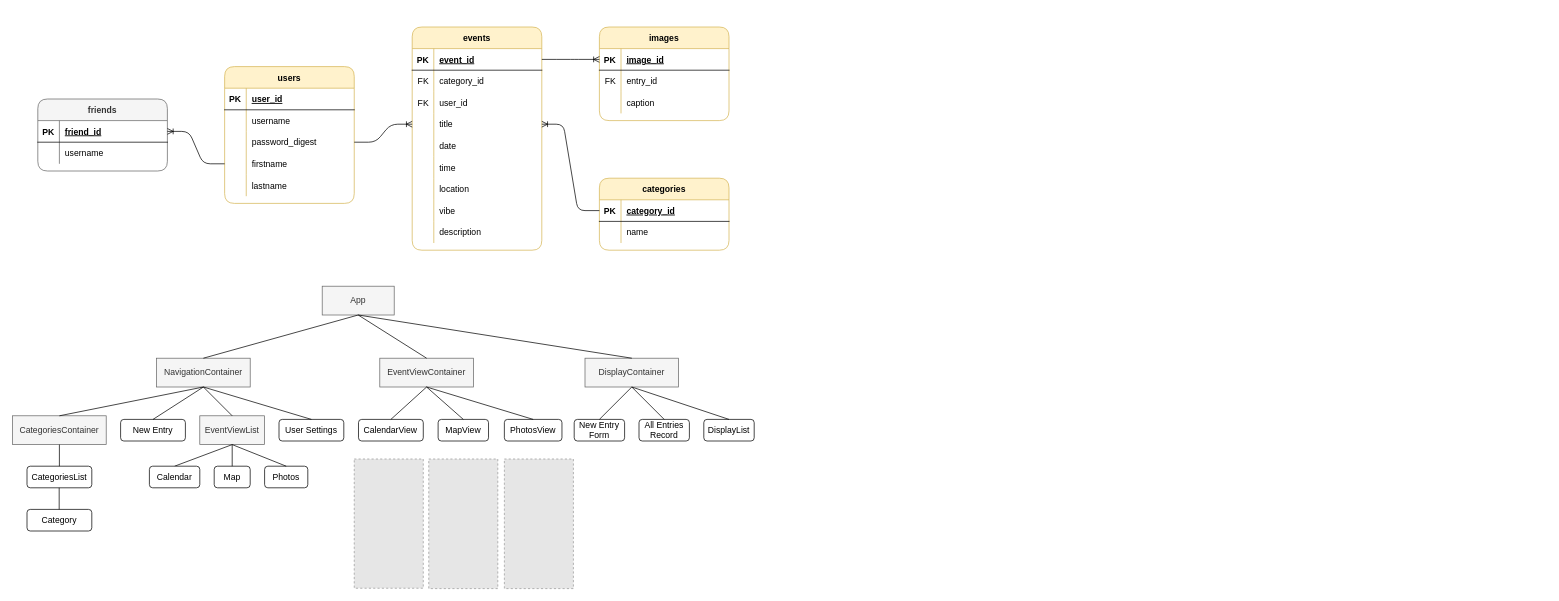
fentybit/Storybook_frontend keeps this draw.io diagram as images/storybook.drawio. Above is the earlier version. Source tidied: cells renumbered, new cells numbered last; positions are measured from the earlier drawing's top-left corner, leaving out a move shared by most shapes. Both pictures are drawn from the tidied source at 72%, with x=0, y=0 at pixel (12, 27). Pictures stored in the file or linked from it are replaced by grey dashed boxes.
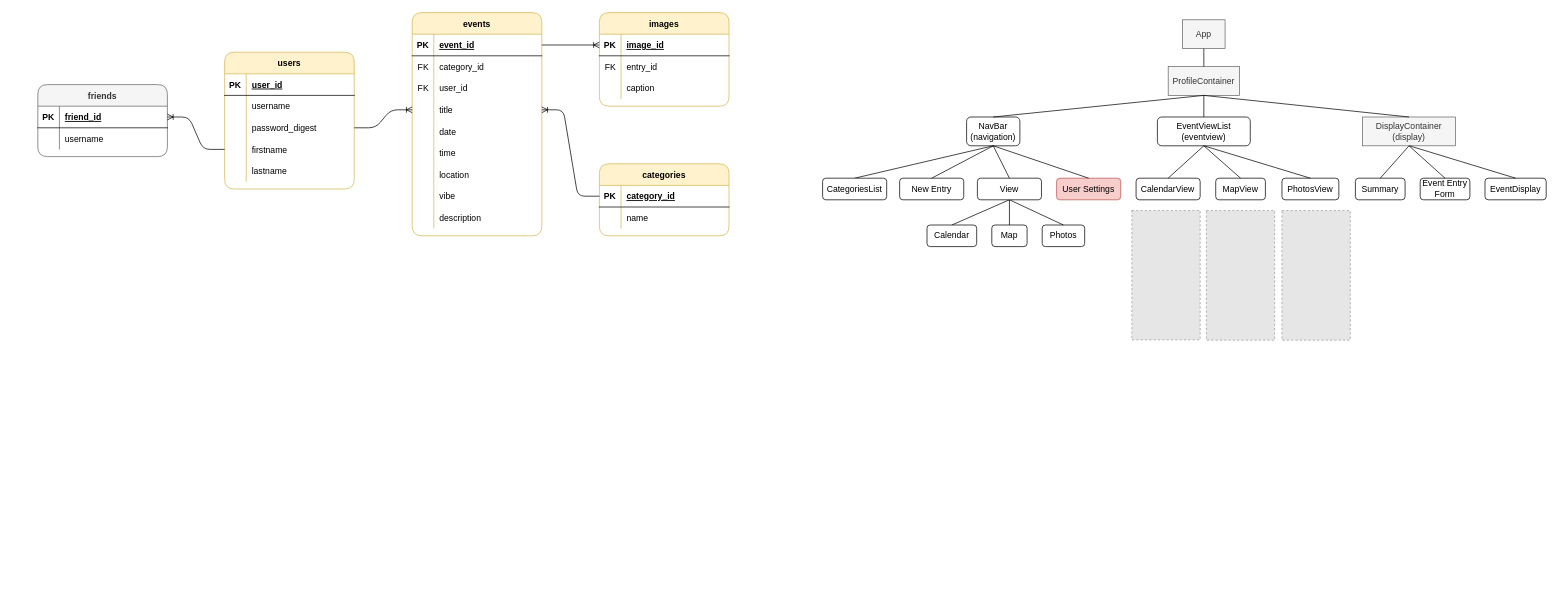
Above is the later version.

What changed in the source:
```diff
@@
     <mxCell id="2" value="users" style="shape=table;startSize=30;childLayout=tableLayout;rowLines=0;fontStyle=1;align=center;rounded=1;sketch=0;fillColor=#fff2cc;strokeColor=#d6b656;" parent="1" vertex="1">
-      <mxGeometry x="294.5" y="55" width="180" height="190" as="geometry" />
+      <mxGeometry x="294.5" y="35" width="180" height="190" as="geometry" />
     </mxCell>
@@
     <mxCell id="18" value="categories" style="shape=table;startSize=30;childLayout=tableLayout;rowLines=0;fontStyle=1;align=center;rounded=1;fillColor=#fff2cc;strokeColor=#d6b656;" parent="1" vertex="1">
-      <mxGeometry x="815" y="210" width="180" height="100" as="geometry" />
+      <mxGeometry x="815" y="190" width="180" height="100" as="geometry" />
     </mxCell>
@@
     <mxCell id="25" value="events" style="shape=table;startSize=30;childLayout=tableLayout;rowLines=0;fontStyle=1;align=center;rounded=1;fillColor=#fff2cc;strokeColor=#d6b656;" parent="1" vertex="1">
-      <mxGeometry x="555" width="180" height="310" as="geometry" />
+      <mxGeometry x="555" y="-20" width="180" height="310" as="geometry" />
     </mxCell>
@@
     <mxCell id="54" value="FK" style="shape=partialRectangle;fillColor=none;top=0;left=0;bottom=0;right=0;align=left;spacingLeft=6;overflow=hidden;" parent="1" vertex="1">
-      <mxGeometry x="555" y="60" width="30" height="30" as="geometry" />
+      <mxGeometry x="555" y="40" width="30" height="30" as="geometry" />
     </mxCell>
     <mxCell id="55" value="images" style="shape=table;startSize=30;childLayout=tableLayout;rowLines=0;fontStyle=1;align=center;rounded=1;fillColor=#fff2cc;strokeColor=#d6b656;" parent="1" vertex="1">
-      <mxGeometry x="815" width="180" height="130" as="geometry" />
+      <mxGeometry x="815" y="-20" width="180" height="130" as="geometry" />
     </mxCell>
@@
     <mxCell id="65" value="FK" style="shape=partialRectangle;fillColor=none;top=0;left=0;bottom=0;right=0;align=left;spacingLeft=6;overflow=hidden;" parent="1" vertex="1">
-      <mxGeometry x="815" y="60" width="30" height="30" as="geometry" />
+      <mxGeometry x="815" y="40" width="30" height="30" as="geometry" />
     </mxCell>
@@
     <mxCell id="67" value="FK" style="shape=partialRectangle;fillColor=none;top=0;left=0;bottom=0;right=0;align=left;spacingLeft=6;overflow=hidden;" parent="1" vertex="1">
-      <mxGeometry x="555" y="90" width="30" height="30" as="geometry" />
+      <mxGeometry x="555" y="70" width="30" height="30" as="geometry" />
     </mxCell>
     <mxCell id="68" value="friends" style="shape=table;startSize=30;childLayout=tableLayout;rowLines=0;fontStyle=1;align=center;rounded=1;fillColor=#f5f5f5;strokeColor=#666666;fontColor=#333333;" parent="1" vertex="1">
-      <mxGeometry x="35" y="100" width="180" height="100" as="geometry" />
+      <mxGeometry x="35" y="80" width="180" height="100" as="geometry" />
     </mxCell>
@@
-    <mxCell id="77" value="App" style="whiteSpace=wrap;html=1;align=center;fillColor=#f5f5f5;strokeColor=#666666;fontColor=#333333;" parent="1" vertex="1">
-      <mxGeometry x="430" y="360" width="100" height="40" as="geometry" />
+    <mxCell id="77" value="ProfileContainer" style="whiteSpace=wrap;html=1;align=center;fillColor=#f5f5f5;strokeColor=#666666;fontColor=#333333;" parent="1" vertex="1">
+      <mxGeometry x="1605" y="55" width="99" height="40" as="geometry" />
     </mxCell>
-    <mxCell id="78" value="NavigationContainer" style="whiteSpace=wrap;html=1;align=center;fillColor=#f5f5f5;strokeColor=#666666;fontColor=#333333;" parent="1" vertex="1">
-      <mxGeometry x="200" y="460" width="130" height="40" as="geometry" />
+    <mxCell id="78" value="NavBar&lt;br&gt;(navigation)" style="whiteSpace=wrap;html=1;align=center;rounded=1;" parent="1" vertex="1">
+      <mxGeometry x="1325" y="125" width="74" height="40" as="geometry" />
     </mxCell>
-    <mxCell id="79" value="EventViewContainer" style="whiteSpace=wrap;html=1;align=center;fillColor=#f5f5f5;strokeColor=#666666;fontColor=#333333;" parent="1" vertex="1">
-      <mxGeometry x="510" y="460" width="130" height="40" as="geometry" />
+    <mxCell id="79" value="EventViewList&lt;br&gt;(eventview)" style="whiteSpace=wrap;html=1;align=center;rounded=1;" parent="1" vertex="1">
+      <mxGeometry x="1590" y="125" width="129" height="40" as="geometry" />
     </mxCell>
-    <mxCell id="80" value="DisplayContainer" style="whiteSpace=wrap;html=1;align=center;fillColor=#f5f5f5;strokeColor=#666666;fontColor=#333333;" parent="1" vertex="1">
-      <mxGeometry x="795" y="460" width="130" height="40" as="geometry" />
+    <mxCell id="80" value="DisplayContainer&lt;br&gt;(display)" style="whiteSpace=wrap;html=1;align=center;rounded=0;fillColor=#f5f5f5;strokeColor=#666666;fontColor=#333333;" parent="1" vertex="1">
+      <mxGeometry x="1875" y="125" width="129" height="40" as="geometry" />
     </mxCell>
-    <mxCell id="81" style="endArrow=none;html=1;rounded=0;exitX=0.5;exitY=0;exitDx=0;exitDy=0;" parent="1" edge="1" source="79">
-      <mxGeometry relative="1" as="geometry">
-        <mxPoint x="480" y="400" as="targetPoint" />
-      </mxGeometry>
+    <mxCell id="81" style="endArrow=none;html=1;rounded=0;exitX=0.5;exitY=0;exitDx=0;exitDy=0;entryX=0.5;entryY=1;entryDx=0;entryDy=0;" parent="1" edge="1" source="79" target="77">
+      <mxGeometry relative="1" as="geometry" />
     </mxCell>
@@
-    <mxCell id="84" value="CategoriesContainer" style="whiteSpace=wrap;html=1;align=center;fillColor=#f5f5f5;strokeColor=#666666;fontColor=#333333;" parent="1" vertex="1">
-      <mxGeometry y="540" width="130" height="40" as="geometry" />
-    </mxCell>
-    <mxCell id="85" value="EventViewList" style="whiteSpace=wrap;html=1;align=center;fillColor=#f5f5f5;strokeColor=#666666;fontColor=#333333;" parent="1" vertex="1">
-      <mxGeometry x="260" y="540" width="90" height="40" as="geometry" />
-    </mxCell>
     <mxCell id="86" value="New Entry" style="rounded=1;whiteSpace=wrap;html=1;" parent="1" vertex="1">
-      <mxGeometry x="150" y="545" width="90" height="30" as="geometry" />
+      <mxGeometry x="1232" y="210" width="89" height="30" as="geometry" />
     </mxCell>
-    <mxCell id="87" style="endArrow=none;html=1;rounded=0;exitX=0.5;exitY=0;exitDx=0;exitDy=0;entryX=0.5;entryY=1;entryDx=0;entryDy=0;" parent="1" edge="1" source="84" target="78">
+    <mxCell id="87" style="endArrow=none;html=1;rounded=0;exitX=0.5;exitY=0;exitDx=0;exitDy=0;entryX=0.5;entryY=1;entryDx=0;entryDy=0;" parent="1" edge="1" source="90" target="78">
       <mxGeometry relative="1" as="geometry" />
     </mxCell>
@@
-    <mxCell id="89" style="endArrow=none;html=1;rounded=0;exitX=0.5;exitY=0;exitDx=0;exitDy=0;entryX=0.5;entryY=1;entryDx=0;entryDy=0;" parent="1" edge="1" source="85" target="78">
+    <mxCell id="89" style="endArrow=none;html=1;rounded=0;exitX=0.5;exitY=0;exitDx=0;exitDy=0;entryX=0.5;entryY=1;entryDx=0;entryDy=0;" parent="1" edge="1" source="119" target="78">
       <mxGeometry relative="1" as="geometry" />
     </mxCell>
     <mxCell id="90" value="CategoriesList" style="rounded=1;whiteSpace=wrap;html=1;" parent="1" vertex="1">
-      <mxGeometry x="20" y="610" width="90" height="30" as="geometry" />
+      <mxGeometry x="1125" y="210" width="89" height="30" as="geometry" />
     </mxCell>
-    <mxCell id="91" value="Category" style="rounded=1;whiteSpace=wrap;html=1;" parent="1" vertex="1">
-      <mxGeometry x="20" y="670" width="90" height="30" as="geometry" />
-    </mxCell>
-    <mxCell id="92" style="endArrow=none;html=1;rounded=0;exitX=0.5;exitY=0;exitDx=0;exitDy=0;" parent="1" edge="1" source="90" target="84">
-      <mxGeometry relative="1" as="geometry" />
-    </mxCell>
-    <mxCell id="93" style="endArrow=none;html=1;rounded=0;exitX=0.5;exitY=0;exitDx=0;exitDy=0;" parent="1" edge="1">
-      <mxGeometry relative="1" as="geometry">
-        <mxPoint x="64.7" y="670" as="sourcePoint" />
-        <mxPoint x="64.7" y="640" as="targetPoint" />
-      </mxGeometry>
-    </mxCell>
-    <mxCell id="94" style="endArrow=none;html=1;rounded=0;exitX=0.5;exitY=0;exitDx=0;exitDy=0;entryX=0.5;entryY=1;entryDx=0;entryDy=0;" parent="1" edge="1" source="95" target="85">
+    <mxCell id="94" style="endArrow=none;html=1;rounded=0;exitX=0.5;exitY=0;exitDx=0;exitDy=0;entryX=0.5;entryY=1;entryDx=0;entryDy=0;" parent="1" edge="1" source="95" target="119">
       <mxGeometry relative="1" as="geometry" />
     </mxCell>
     <mxCell id="95" value="Calendar" style="rounded=1;whiteSpace=wrap;html=1;" parent="1" vertex="1">
-      <mxGeometry x="190" y="610" width="70" height="30" as="geometry" />
+      <mxGeometry x="1270" y="275" width="69" height="30" as="geometry" />
     </mxCell>
     <mxCell id="96" value="Map" style="rounded=1;whiteSpace=wrap;html=1;" parent="1" vertex="1">
-      <mxGeometry x="280" y="610" width="50" height="30" as="geometry" />
+      <mxGeometry x="1360" y="275" width="49" height="30" as="geometry" />
     </mxCell>
     <mxCell id="97" value="Photos" style="rounded=1;whiteSpace=wrap;html=1;" parent="1" vertex="1">
-      <mxGeometry x="350" y="610" width="60" height="30" as="geometry" />
+      <mxGeometry x="1430" y="275" width="59" height="30" as="geometry" />
     </mxCell>
-    <mxCell id="98" style="endArrow=none;html=1;rounded=0;exitX=0.5;exitY=0;exitDx=0;exitDy=0;entryX=0.5;entryY=1;entryDx=0;entryDy=0;" parent="1" edge="1" source="96" target="85">
+    <mxCell id="98" style="endArrow=none;html=1;rounded=0;exitX=0.5;exitY=0;exitDx=0;exitDy=0;" parent="1" edge="1" source="96" target="119">
       <mxGeometry relative="1" as="geometry" />
     </mxCell>
-    <mxCell id="99" style="endArrow=none;html=1;rounded=0;exitX=0.5;exitY=0;exitDx=0;exitDy=0;entryX=0.5;entryY=1;entryDx=0;entryDy=0;" parent="1" edge="1" source="97" target="85">
+    <mxCell id="99" style="endArrow=none;html=1;rounded=0;exitX=0.5;exitY=0;exitDx=0;exitDy=0;entryX=0.5;entryY=1;entryDx=0;entryDy=0;" parent="1" edge="1" source="97" target="119">
       <mxGeometry relative="1" as="geometry" />
     </mxCell>
-    <mxCell id="100" value="New Entry Form" style="rounded=1;whiteSpace=wrap;html=1;" parent="1" vertex="1">
-      <mxGeometry x="780" y="545" width="70" height="30" as="geometry" />
+    <mxCell id="100" value="Event Entry Form" style="rounded=1;whiteSpace=wrap;html=1;" parent="1" vertex="1">
+      <mxGeometry x="1955" y="210" width="69" height="30" as="geometry" />
     </mxCell>
-    <mxCell id="101" value="All Entries Record" style="rounded=1;whiteSpace=wrap;html=1;" parent="1" vertex="1">
-      <mxGeometry x="870" y="545" width="70" height="30" as="geometry" />
+    <mxCell id="101" value="Summary" style="rounded=1;whiteSpace=wrap;html=1;" parent="1" vertex="1">
+      <mxGeometry x="1865" y="210" width="69" height="30" as="geometry" />
     </mxCell>
-    <mxCell id="102" value="User Settings" style="rounded=1;whiteSpace=wrap;html=1;" parent="1" vertex="1">
-      <mxGeometry x="370" y="545" width="90" height="30" as="geometry" />
+    <mxCell id="102" value="User Settings" style="rounded=1;whiteSpace=wrap;html=1;fillColor=#f8cecc;strokeColor=#b85450;" parent="1" vertex="1">
+      <mxGeometry x="1450" y="210" width="89" height="30" as="geometry" />
     </mxCell>
@@
-    <mxCell id="104" value="DisplayList" style="rounded=1;whiteSpace=wrap;html=1;" parent="1" vertex="1">
-      <mxGeometry x="960" y="545" width="70" height="30" as="geometry" />
+    <mxCell id="104" value="EventDisplay" style="rounded=1;whiteSpace=wrap;html=1;" parent="1" vertex="1">
+      <mxGeometry x="2045" y="210" width="85" height="30" as="geometry" />
     </mxCell>
@@
     <mxCell id="107" style="endArrow=none;html=1;rounded=0;exitX=0.5;exitY=0;exitDx=0;exitDy=0;" parent="1" edge="1" source="104">
       <mxGeometry relative="1" as="geometry">
-        <mxPoint x="860" y="500" as="targetPoint" />
+        <mxPoint x="1940" y="165" as="targetPoint" />
       </mxGeometry>
     </mxCell>
     <mxCell id="108" value="CalendarView" style="rounded=1;whiteSpace=wrap;html=1;" parent="1" vertex="1">
-      <mxGeometry x="480.4" y="545" width="90" height="30" as="geometry" />
+      <mxGeometry x="1560.4" y="210" width="89" height="30" as="geometry" />
     </mxCell>
     <mxCell id="109" value="MapView" style="rounded=1;whiteSpace=wrap;html=1;" parent="1" vertex="1">
-      <mxGeometry x="591" y="545" width="70" height="30" as="geometry" />
+      <mxGeometry x="1671" y="210" width="69" height="30" as="geometry" />
     </mxCell>
     <mxCell id="110" value="PhotosView" style="rounded=1;whiteSpace=wrap;html=1;" parent="1" vertex="1">
-      <mxGeometry x="683" y="545" width="80" height="30" as="geometry" />
+      <mxGeometry x="1763" y="210" width="79" height="30" as="geometry" />
     </mxCell>
@@
     <mxCell id="114" style="fillColor=#E6E6E6;strokeColor=#999999;dashed=1;verticalLabelPosition=bottom;labelBackgroundColor=#ffffff;verticalAlign=top;" parent="1" vertex="1">
-      <mxGeometry x="474.5" y="600" width="95.9" height="179.5" as="geometry" />
+      <mxGeometry x="1554.5" y="255" width="94.9" height="179.5" as="geometry" />
     </mxCell>
     <mxCell id="115" style="fillColor=#E6E6E6;strokeColor=#999999;dashed=1;verticalLabelPosition=bottom;labelBackgroundColor=#ffffff;verticalAlign=top;" parent="1" vertex="1">
-      <mxGeometry x="578" y="600" width="95.9" height="180" as="geometry" />
+      <mxGeometry x="1658" y="255" width="94.9" height="180" as="geometry" />
     </mxCell>
     <mxCell id="116" style="fillColor=#E6E6E6;strokeColor=#999999;dashed=1;verticalLabelPosition=bottom;labelBackgroundColor=#ffffff;verticalAlign=top;" parent="1" vertex="1">
-      <mxGeometry x="683" y="600" width="95.9" height="180" as="geometry" />
+      <mxGeometry x="1763" y="255" width="94.9" height="180" as="geometry" />
     </mxCell>
+    <mxCell id="117" value="App" style="whiteSpace=wrap;html=1;align=center;fillColor=#f5f5f5;strokeColor=#666666;fontColor=#333333;" parent="1" vertex="1">
+      <mxGeometry x="1625" y="-10" width="59" height="40" as="geometry" />
+    </mxCell>
+    <mxCell id="118" style="endArrow=none;html=1;rounded=0;exitX=0.5;exitY=0;exitDx=0;exitDy=0;entryX=0.5;entryY=1;entryDx=0;entryDy=0;" parent="1" edge="1" source="77" target="117">
+      <mxGeometry relative="1" as="geometry" />
+    </mxCell>
+    <mxCell id="119" value="View" style="rounded=1;whiteSpace=wrap;html=1;" parent="1" vertex="1">
+      <mxGeometry x="1340" y="210" width="89" height="30" as="geometry" />
+    </mxCell>
```
